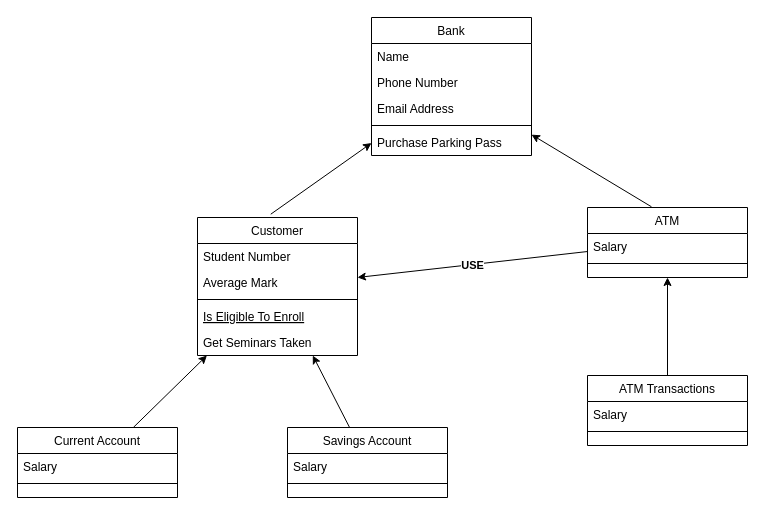
The draw.io diagram assignment2_class_diagram.drawio in benspz/himolde_spring25, before the edit. Source tidied: cells renumbered, new cells numbered last; positions are measured from the earlier drawing's top-left corner, leaving out a move shared by most shapes. Both pictures are drawn from the tidied source at 100%, with x=0, y=0 at pixel (17, 17).
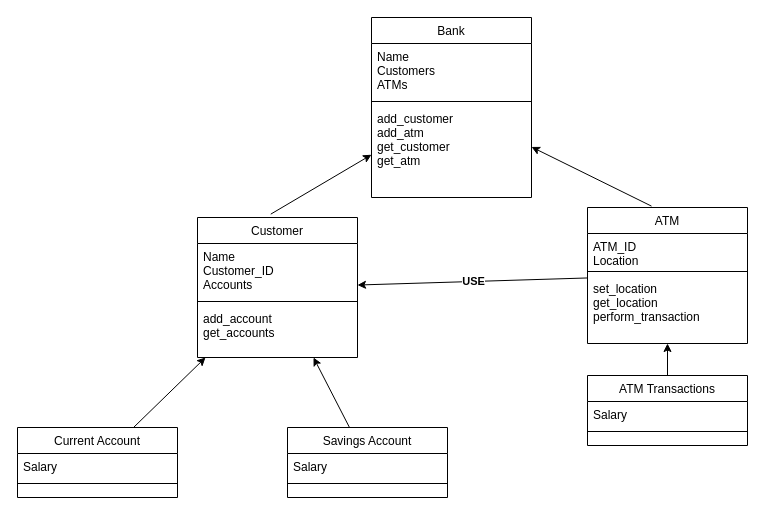
After the change.

What changed in the source:
```diff
@@
     <mxCell id="2" value="Bank" style="swimlane;fontStyle=0;align=center;verticalAlign=top;horizontal=1;startSize=26;rounded=0;shadow=0;strokeWidth=1;" parent="1" vertex="1">
-      <mxGeometry x="354" width="160" height="138" as="geometry" />
+      <mxGeometry x="354" width="160" height="180" as="geometry" />
     </mxCell>
-    <mxCell id="3" value="Name" style="text;align=left;verticalAlign=top;spacingLeft=4;spacingRight=4;overflow=hidden;" parent="2" vertex="1">
-      <mxGeometry y="26" width="160" height="26" as="geometry" />
+    <mxCell id="3" value="Name&#10;Customers&#10;ATMs" style="text;align=left;verticalAlign=top;spacingLeft=4;spacingRight=4;overflow=hidden;" parent="2" vertex="1">
+      <mxGeometry y="26" width="160" height="54" as="geometry" />
     </mxCell>
-    <mxCell id="4" value="Phone Number" style="text;align=left;verticalAlign=top;spacingLeft=4;spacingRight=4;overflow=hidden;rounded=0;shadow=0;html=0;" parent="2" vertex="1">
-      <mxGeometry y="52" width="160" height="26" as="geometry" />
-    </mxCell>
-    <mxCell id="5" value="Email Address" style="text;align=left;verticalAlign=top;spacingLeft=4;spacingRight=4;overflow=hidden;rounded=0;shadow=0;html=0;" parent="2" vertex="1">
-      <mxGeometry y="78" width="160" height="26" as="geometry" />
-    </mxCell>
     <mxCell id="6" style="line;html=1;strokeWidth=1;align=left;verticalAlign=middle;spacingTop=-1;spacingLeft=3;spacingRight=3;labelPosition=right;" parent="2" vertex="1">
-      <mxGeometry y="104" width="160" height="8" as="geometry" />
+      <mxGeometry y="80" width="160" height="8" as="geometry" />
     </mxCell>
-    <mxCell id="7" value="Purchase Parking Pass" style="text;align=left;verticalAlign=top;spacingLeft=4;spacingRight=4;overflow=hidden;" parent="2" vertex="1">
-      <mxGeometry y="112" width="160" height="26" as="geometry" />
+    <mxCell id="7" value="add_customer&#10;add_atm&#10;get_customer&#10;get_atm" style="text;align=left;verticalAlign=top;spacingLeft=4;spacingRight=4;overflow=hidden;" parent="2" vertex="1">
+      <mxGeometry y="88" width="160" height="68" as="geometry" />
     </mxCell>
     <mxCell id="8" value="Customer" style="swimlane;fontStyle=0;align=center;verticalAlign=top;horizontal=1;startSize=26;rounded=0;shadow=0;strokeWidth=1;" parent="1" vertex="1">
-      <mxGeometry x="180" y="200" width="160" height="138" as="geometry" />
+      <mxGeometry x="180" y="200" width="160" height="140" as="geometry" />
     </mxCell>
-    <mxCell id="9" value="Student Number" style="text;align=left;verticalAlign=top;spacingLeft=4;spacingRight=4;overflow=hidden;" parent="8" vertex="1">
-      <mxGeometry y="26" width="160" height="26" as="geometry" />
+    <mxCell id="9" value="Name&#10;Customer_ID&#10;Accounts" style="text;align=left;verticalAlign=top;spacingLeft=4;spacingRight=4;overflow=hidden;" parent="8" vertex="1">
+      <mxGeometry y="26" width="160" height="54" as="geometry" />
     </mxCell>
-    <mxCell id="10" value="Average Mark" style="text;align=left;verticalAlign=top;spacingLeft=4;spacingRight=4;overflow=hidden;rounded=0;shadow=0;html=0;" parent="8" vertex="1">
-      <mxGeometry y="52" width="160" height="26" as="geometry" />
-    </mxCell>
     <mxCell id="11" style="line;html=1;strokeWidth=1;align=left;verticalAlign=middle;spacingTop=-1;spacingLeft=3;spacingRight=3;labelPosition=right;" parent="8" vertex="1">
-      <mxGeometry y="78" width="160" height="8" as="geometry" />
+      <mxGeometry y="80" width="160" height="8" as="geometry" />
     </mxCell>
-    <mxCell id="12" value="Is Eligible To Enroll" style="text;align=left;verticalAlign=top;spacingLeft=4;spacingRight=4;overflow=hidden;fontStyle=4;" parent="8" vertex="1">
-      <mxGeometry y="86" width="160" height="26" as="geometry" />
-    </mxCell>
-    <mxCell id="13" value="Get Seminars Taken" style="text;align=left;verticalAlign=top;spacingLeft=4;spacingRight=4;overflow=hidden;" parent="8" vertex="1">
-      <mxGeometry y="112" width="160" height="26" as="geometry" />
+    <mxCell id="13" value="add_account&#10;get_accounts" style="text;align=left;verticalAlign=top;spacingLeft=4;spacingRight=4;overflow=hidden;" parent="8" vertex="1">
+      <mxGeometry y="88" width="160" height="52" as="geometry" />
     </mxCell>
     <mxCell id="14" value="ATM" style="swimlane;fontStyle=0;align=center;verticalAlign=top;horizontal=1;startSize=26;rounded=0;shadow=0;strokeWidth=1;" parent="1" vertex="1">
-      <mxGeometry x="570" y="190" width="160" height="70" as="geometry" />
+      <mxGeometry x="570" y="190" width="160" height="136" as="geometry" />
     </mxCell>
-    <mxCell id="15" value="Salary" style="text;align=left;verticalAlign=top;spacingLeft=4;spacingRight=4;overflow=hidden;" parent="14" vertex="1">
-      <mxGeometry y="26" width="160" height="26" as="geometry" />
+    <mxCell id="15" value="ATM_ID&#10;Location" style="text;align=left;verticalAlign=top;spacingLeft=4;spacingRight=4;overflow=hidden;" parent="14" vertex="1">
+      <mxGeometry y="26" width="160" height="34" as="geometry" />
     </mxCell>
     <mxCell id="16" style="line;html=1;strokeWidth=1;align=left;verticalAlign=middle;spacingTop=-1;spacingLeft=3;spacingRight=3;labelPosition=right;" parent="14" vertex="1">
-      <mxGeometry y="52" width="160" height="8" as="geometry" />
+      <mxGeometry y="60" width="160" height="8" as="geometry" />
     </mxCell>
+    <mxCell id="33" value="set_location&#10;get_location&#10;perform_transaction" style="text;align=left;verticalAlign=top;spacingLeft=4;spacingRight=4;overflow=hidden;" parent="14" vertex="1">
+      <mxGeometry y="68" width="160" height="68" as="geometry" />
+    </mxCell>
```
